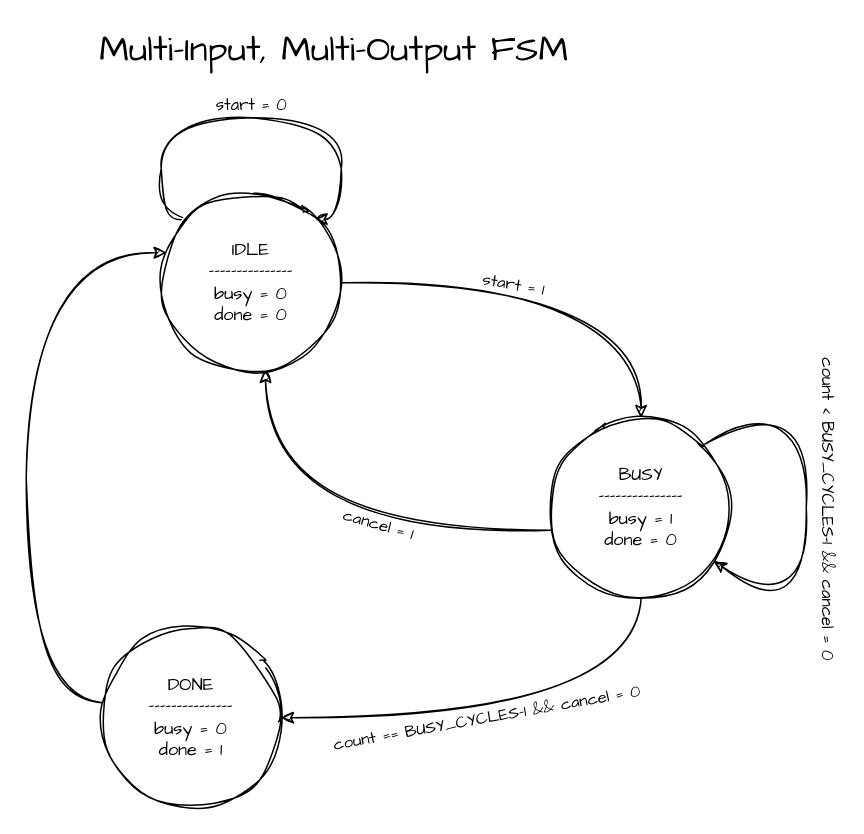
AbdurRahman020/MEDS keeps this draw.io diagram as MEDS-Training/module4-tasks/t15_mimo_fsm/docs/request_processing_controller.drawio. Above is the earlier version. Source tidied: cells renumbered, new cells numbered last; positions are measured from the earlier drawing's top-left corner, leaving out a move shared by most shapes. Both pictures are drawn from the tidied source at 150%, with x=0, y=0 at pixel (26, 27).
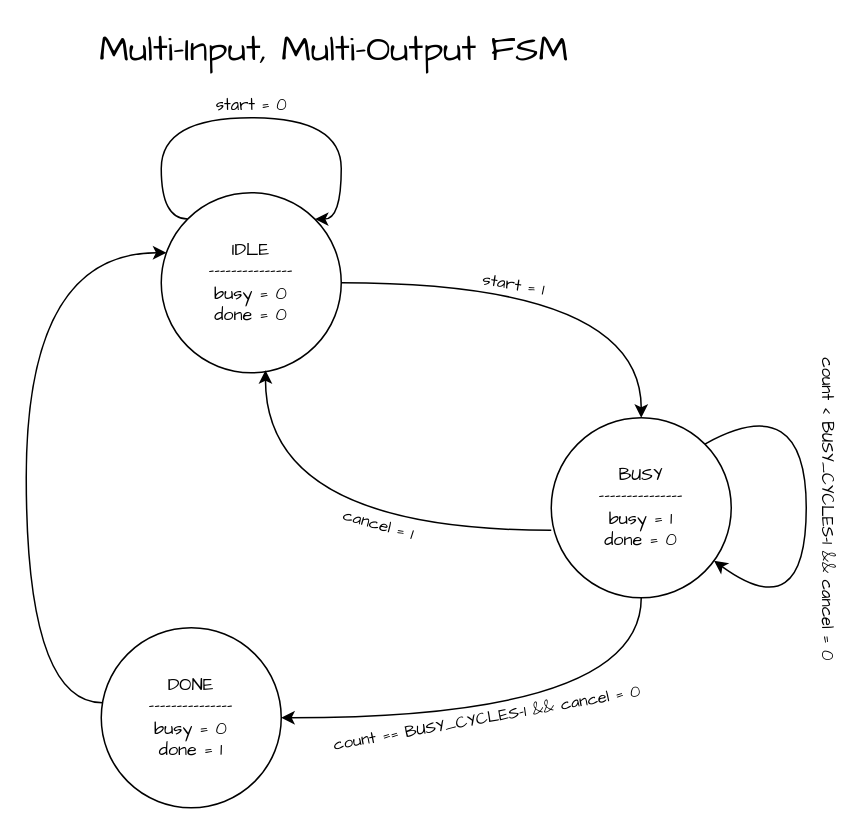
The same page after the edit.

What changed in the source:
```diff
@@
-    <mxCell id="2" style="edgeStyle=orthogonalEdgeStyle;rounded=0;orthogonalLoop=1;jettySize=auto;html=1;curved=1;entryX=1;entryY=0;entryDx=0;entryDy=0;exitX=0;exitY=0;exitDx=0;exitDy=0;fontFamily=Comic Sans MS;sketch=1;curveFitting=1;jiggle=2;" parent="1" edge="1" source="4" target="4">
+    <mxCell id="2" style="edgeStyle=orthogonalEdgeStyle;rounded=0;orthogonalLoop=1;jettySize=auto;html=1;curved=1;entryX=1;entryY=0;entryDx=0;entryDy=0;exitX=0;exitY=0;exitDx=0;exitDy=0;fontFamily=Comic Sans MS;" parent="1" edge="1" source="4" target="4">
       <mxGeometry relative="1" as="geometry">
         <Array as="points">
           <mxPoint x="90" y="128" />
           <mxPoint x="90" y="60" />
           <mxPoint x="210" y="60" />
           <mxPoint x="210" y="128" />
         </Array>
       </mxGeometry>
     </mxCell>
-    <mxCell id="3" value="start = 0" style="edgeLabel;html=1;align=center;verticalAlign=middle;fontFamily=Comic Sans MS;sketch=1;curveFitting=1;jiggle=2;" parent="2" vertex="1">
+    <mxCell id="3" value="start = 0" style="edgeLabel;html=1;align=center;verticalAlign=middle;fontFamily=Comic Sans MS;" parent="2" vertex="1">
       <mxGeometry x="0.11" y="-2" relative="1" as="geometry">
         <mxPoint x="-16" y="-12" as="offset" />
       </mxGeometry>
     </mxCell>
-    <mxCell id="4" value="IDLE&lt;br&gt;---------------&lt;br&gt;busy = 0&lt;br&gt;done = 0" style="ellipse;whiteSpace=wrap;html=1;fontFamily=Comic Sans MS;sketch=1;curveFitting=1;jiggle=2;" parent="1" vertex="1">
+    <mxCell id="4" value="IDLE&lt;br&gt;---------------&lt;br&gt;busy = 0&lt;br&gt;done = 0" style="ellipse;whiteSpace=wrap;html=1;fontFamily=Comic Sans MS;" parent="1" vertex="1">
       <mxGeometry x="90" y="110" width="120" height="120" as="geometry" />
     </mxCell>
-    <mxCell id="5" value="BUSY&lt;br&gt;---------------&lt;br&gt;busy = 1&lt;br&gt;done = 0" style="ellipse;whiteSpace=wrap;html=1;fontFamily=Comic Sans MS;sketch=1;curveFitting=1;jiggle=2;" parent="1" vertex="1">
+    <mxCell id="5" value="BUSY&lt;br&gt;---------------&lt;br&gt;busy = 1&lt;br&gt;done = 0" style="ellipse;whiteSpace=wrap;html=1;fontFamily=Comic Sans MS;" parent="1" vertex="1">
       <mxGeometry x="350" y="260" width="120" height="120" as="geometry" />
     </mxCell>
-    <mxCell id="6" value="DONE&lt;br&gt;---------------&lt;br&gt;&lt;div&gt;&lt;span style=&quot;background-color: transparent; color: light-dark(rgb(0, 0, 0), rgb(255, 255, 255));&quot;&gt;busy = 0&lt;/span&gt;&lt;/div&gt;&lt;div&gt;done = 1&lt;/div&gt;" style="ellipse;whiteSpace=wrap;html=1;fontFamily=Comic Sans MS;sketch=1;curveFitting=1;jiggle=2;" parent="1" vertex="1">
+    <mxCell id="6" value="DONE&lt;br&gt;---------------&lt;br&gt;&lt;div&gt;&lt;span style=&quot;background-color: transparent; color: light-dark(rgb(0, 0, 0), rgb(255, 255, 255));&quot;&gt;busy = 0&lt;/span&gt;&lt;/div&gt;&lt;div&gt;done = 1&lt;/div&gt;" style="ellipse;whiteSpace=wrap;html=1;fontFamily=Comic Sans MS;" parent="1" vertex="1">
       <mxGeometry x="50" y="400" width="120" height="120" as="geometry" />
     </mxCell>
-    <mxCell id="7" style="endArrow=classic;html=1;rounded=0;exitX=1;exitY=0.5;exitDx=0;exitDy=0;edgeStyle=orthogonalEdgeStyle;curved=1;fontFamily=Comic Sans MS;sketch=1;curveFitting=1;jiggle=2;" parent="1" edge="1" source="4" target="5">
+    <mxCell id="7" style="endArrow=classic;html=1;rounded=0;exitX=1;exitY=0.5;exitDx=0;exitDy=0;edgeStyle=orthogonalEdgeStyle;curved=1;fontFamily=Comic Sans MS;" parent="1" edge="1" source="4" target="5">
       <mxGeometry relative="1" as="geometry" />
     </mxCell>
-    <mxCell id="8" value="start = 1" style="edgeLabel;html=1;align=center;verticalAlign=middle;fontFamily=Comic Sans MS;rotation=10.2;sketch=1;curveFitting=1;jiggle=2;" parent="7" vertex="1">
+    <mxCell id="8" value="start = 1" style="edgeLabel;html=1;align=center;verticalAlign=middle;fontFamily=Comic Sans MS;rotation=10.2;" parent="7" vertex="1">
       <mxGeometry x="-0.23" y="-11" relative="1" as="geometry">
         <mxPoint x="3" y="-11" as="offset" />
       </mxGeometry>
     </mxCell>
-    <mxCell id="9" style="endArrow=classic;html=1;rounded=0;exitX=0;exitY=0.625;exitDx=0;exitDy=0;exitPerimeter=0;entryX=0.579;entryY=0.986;entryDx=0;entryDy=0;entryPerimeter=0;edgeStyle=orthogonalEdgeStyle;curved=1;fontFamily=Comic Sans MS;sketch=1;curveFitting=1;jiggle=2;" parent="1" edge="1" source="5" target="4">
+    <mxCell id="9" style="endArrow=classic;html=1;rounded=0;exitX=0;exitY=0.625;exitDx=0;exitDy=0;exitPerimeter=0;entryX=0.579;entryY=0.986;entryDx=0;entryDy=0;entryPerimeter=0;edgeStyle=orthogonalEdgeStyle;curved=1;fontFamily=Comic Sans MS;" parent="1" edge="1" source="5" target="4">
       <mxGeometry relative="1" as="geometry" />
     </mxCell>
-    <mxCell id="10" value="cancel = 1" style="edgeLabel;html=1;align=center;verticalAlign=middle;fontFamily=Comic Sans MS;rotation=16;sketch=1;curveFitting=1;jiggle=2;" parent="9" vertex="1">
+    <mxCell id="10" value="cancel = 1" style="edgeLabel;html=1;align=center;verticalAlign=middle;fontFamily=Comic Sans MS;rotation=16;" parent="9" vertex="1">
       <mxGeometry x="-0.33" y="-11" relative="1" as="geometry">
         <mxPoint x="-15" y="6" as="offset" />
       </mxGeometry>
     </mxCell>
-    <mxCell id="11" style="endArrow=classic;html=1;rounded=0;exitX=1;exitY=0;exitDx=0;exitDy=0;edgeStyle=orthogonalEdgeStyle;curved=1;fontFamily=Comic Sans MS;sketch=1;curveFitting=1;jiggle=2;" parent="1" edge="1" source="5" target="5">
+    <mxCell id="11" style="endArrow=classic;html=1;rounded=0;exitX=1;exitY=0;exitDx=0;exitDy=0;edgeStyle=orthogonalEdgeStyle;curved=1;fontFamily=Comic Sans MS;" parent="1" edge="1" source="5" target="5">
       <mxGeometry relative="1" as="geometry">
         <Array as="points">
           <mxPoint x="520" y="240" />
         </Array>
       </mxGeometry>
     </mxCell>
-    <mxCell id="12" value="count &amp;lt; BUSY_CYCLES-1 &amp;amp;&amp;amp; cancel = 0" style="edgeLabel;html=1;align=center;verticalAlign=middle;rotation=90;fontFamily=Comic Sans MS;sketch=1;curveFitting=1;jiggle=2;" parent="11" vertex="1">
+    <mxCell id="12" value="count &amp;lt; BUSY_CYCLES-1 &amp;amp;&amp;amp; cancel = 0" style="edgeLabel;html=1;align=center;verticalAlign=middle;rotation=90;fontFamily=Comic Sans MS;" parent="11" vertex="1">
       <mxGeometry x="-0.05" y="-2" relative="1" as="geometry">
         <mxPoint x="17" y="8" as="offset" />
       </mxGeometry>
     </mxCell>
-    <mxCell id="13" style="endArrow=classic;html=1;rounded=0;edgeStyle=orthogonalEdgeStyle;curved=1;fontFamily=Comic Sans MS;sketch=1;curveFitting=1;jiggle=2;" parent="1" edge="1" source="6" target="4">
+    <mxCell id="13" style="endArrow=classic;html=1;rounded=0;edgeStyle=orthogonalEdgeStyle;curved=1;fontFamily=Comic Sans MS;" parent="1" edge="1" source="6" target="4">
       <mxGeometry relative="1" as="geometry">
         <Array as="points">
           <mxPoint y="450" />
           <mxPoint y="150" />
         </Array>
       </mxGeometry>
     </mxCell>
-    <mxCell id="14" style="endArrow=classic;html=1;rounded=0;exitX=0.5;exitY=1;exitDx=0;exitDy=0;entryX=1;entryY=0.5;entryDx=0;entryDy=0;edgeStyle=orthogonalEdgeStyle;curved=1;fontFamily=Comic Sans MS;sketch=1;curveFitting=1;jiggle=2;" parent="1" edge="1" source="5" target="6">
+    <mxCell id="14" style="endArrow=classic;html=1;rounded=0;exitX=0.5;exitY=1;exitDx=0;exitDy=0;entryX=1;entryY=0.5;entryDx=0;entryDy=0;edgeStyle=orthogonalEdgeStyle;curved=1;fontFamily=Comic Sans MS;" parent="1" edge="1" source="5" target="6">
       <mxGeometry relative="1" as="geometry" />
     </mxCell>
-    <mxCell id="15" value="count == BUSY_CYCLES-1 &amp;amp;&amp;amp; cancel = 0" style="edgeLabel;html=1;align=center;verticalAlign=middle;rotation=-10;fontFamily=Comic Sans MS;sketch=1;curveFitting=1;jiggle=2;" parent="14" vertex="1">
+    <mxCell id="15" value="count == BUSY_CYCLES-1 &amp;amp;&amp;amp; cancel = 0" style="edgeLabel;html=1;align=center;verticalAlign=middle;rotation=-10;fontFamily=Comic Sans MS;" parent="14" vertex="1">
       <mxGeometry x="0.21" y="-12" relative="1" as="geometry">
         <mxPoint x="10" y="12" as="offset" />
       </mxGeometry>
     </mxCell>
-    <mxCell id="16" value="Multi-Input, Multi-Output FSM" style="text;html=1;whiteSpace=wrap;strokeColor=none;fillColor=none;align=center;verticalAlign=middle;rounded=0;fontSize=24;fontFamily=Comic Sans MS;sketch=1;curveFitting=1;jiggle=2;" parent="1" vertex="1">
+    <mxCell id="16" value="Multi-Input, Multi-Output FSM" style="text;html=1;whiteSpace=wrap;strokeColor=none;fillColor=none;align=center;verticalAlign=middle;rounded=0;fontSize=24;fontFamily=Comic Sans MS;" parent="1" vertex="1">
       <mxGeometry x="27" width="357" height="30" as="geometry" />
     </mxCell>
```
